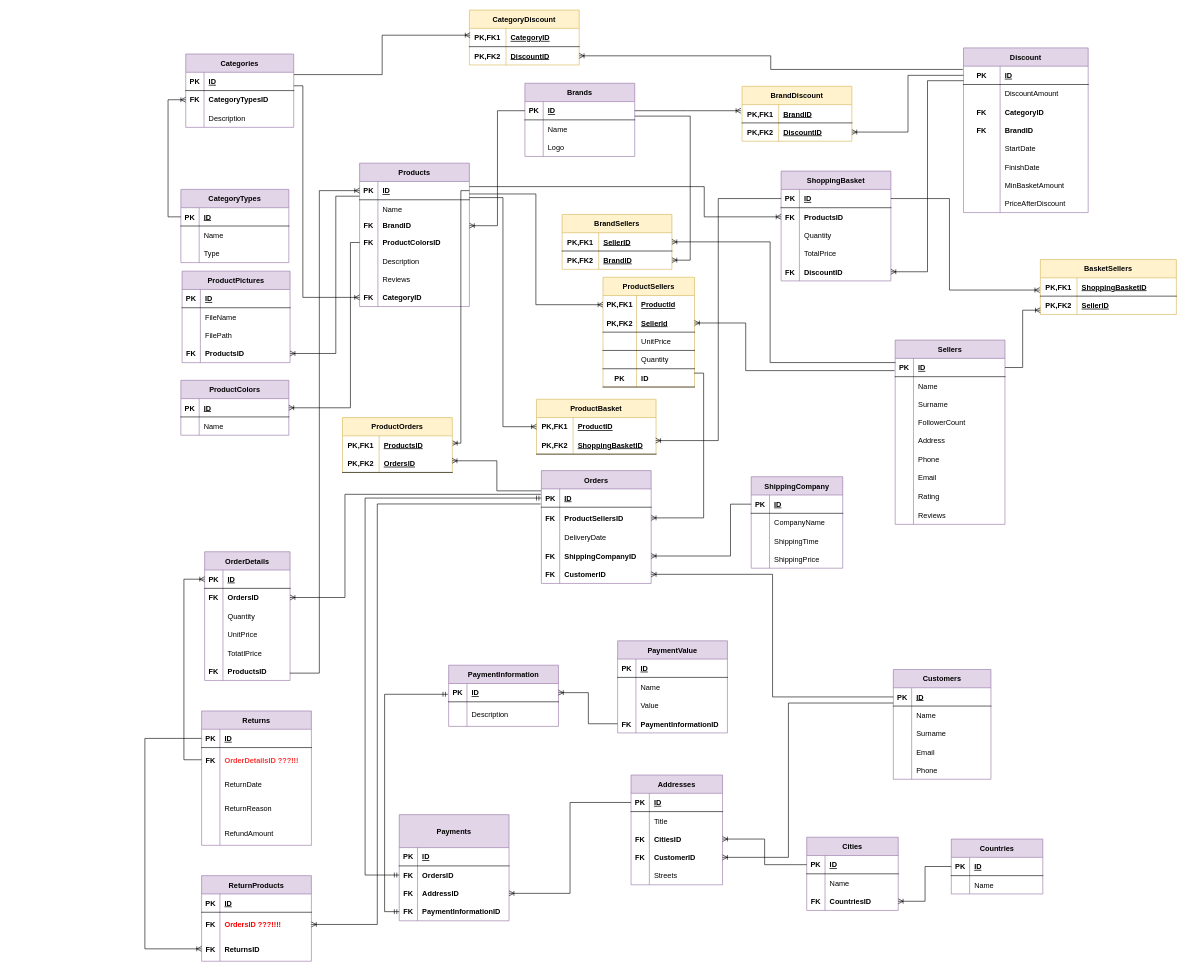
This is Son.drawio from HandeYetisen/Python, a draw.io file, before an edit. Source tidied: cells renumbered, new cells numbered last; positions are measured from the earlier drawing's top-left corner, leaving out a move shared by most shapes. Both pictures are drawn from the tidied source at 61%, with x=0, y=0 at pixel (145, 10).
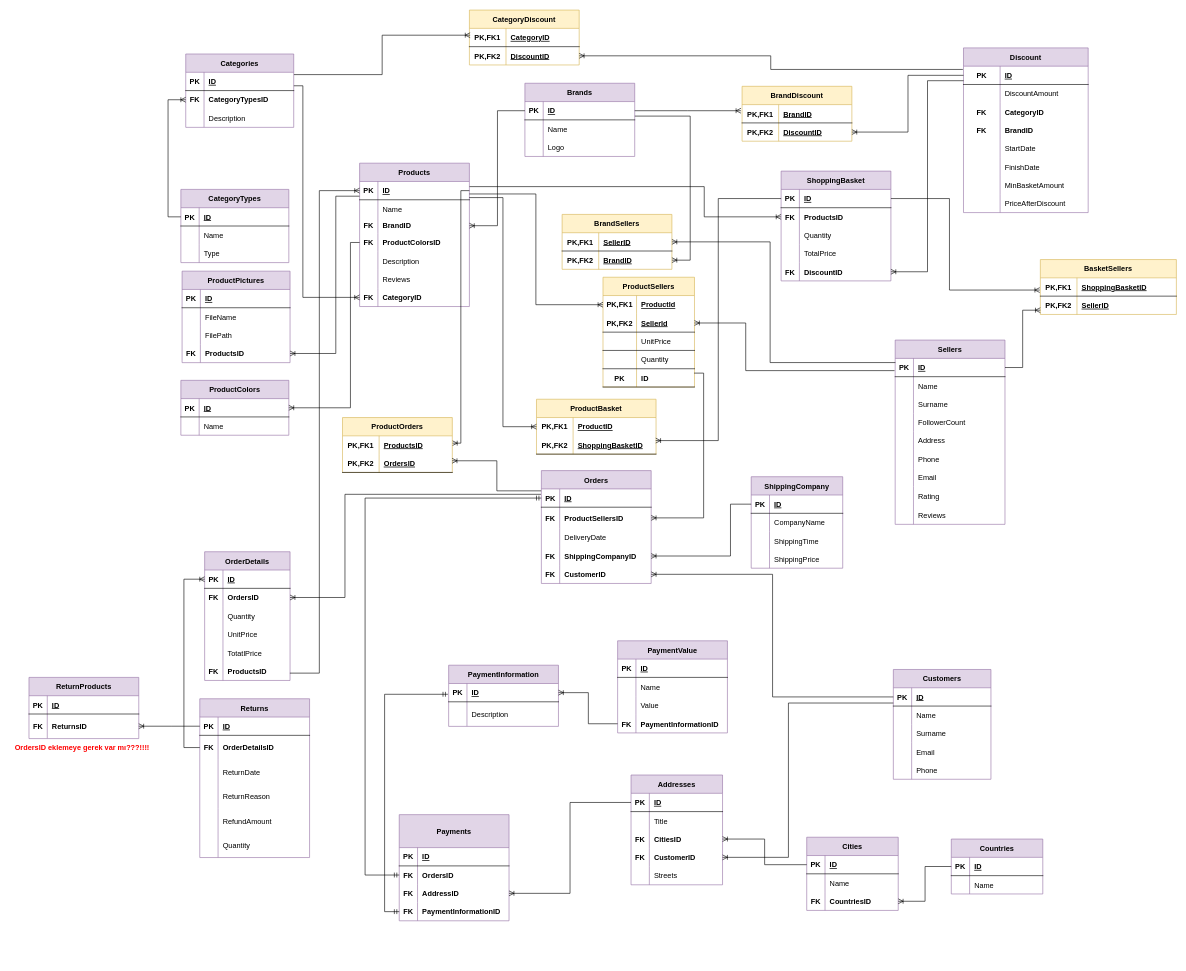
Above is the later version.

Unchanged cells that the change refers to:
```xml
<mxCell id="68" style="shape=tableRow;horizontal=0;startSize=0;swimlaneHead=0;swimlaneBody=0;fillColor=none;points=[[0,0.5],[1,0.5]];portConstraint=eastwest;top=0;left=0;right=0;bottom=1;" parent="67" vertex="1">
  <mxGeometry y="30" width="180" height="30" as="geometry" />
</mxCell>
<mxCell id="368" style="shape=tableRow;horizontal=0;startSize=0;swimlaneHead=0;swimlaneBody=0;fillColor=none;points=[[0,0.5],[1,0.5]];portConstraint=eastwest;top=0;left=0;right=0;bottom=1;" parent="367" vertex="1">
  <mxGeometry y="30" width="180" height="30" as="geometry" />
</mxCell>
<mxCell id="371" style="shape=tableRow;horizontal=0;startSize=0;swimlaneHead=0;swimlaneBody=0;fillColor=none;points=[[0,0.5],[1,0.5]];portConstraint=eastwest;top=0;left=0;right=0;bottom=0;" parent="367" vertex="1">
  <mxGeometry y="60" width="180" height="40" as="geometry" />
</mxCell>
```

What changed in the source:
```diff
@@
     <mxCell id="367" value="Returns" style="shape=table;startSize=30;childLayout=tableLayout;rowLines=0;fontStyle=1;align=center;fillColor=#e1d5e7;strokeColor=#9673a6;" parent="1" vertex="1">
-      <mxGeometry x="93" y="1149" width="180" height="220.3" as="geometry" />
+      <mxGeometry x="90" y="1129" width="180" height="260.3" as="geometry" />
     </mxCell>
@@
-    <mxCell id="373" value="OrderDetailsID ???!!!" style="shape=partialRectangle;fillColor=none;top=0;left=0;bottom=0;right=0;align=left;spacingLeft=6;overflow=hidden;fontStyle=1;fontColor=#FF3333;" parent="371" vertex="1">
+    <mxCell id="373" value="OrderDetailsID" style="shape=partialRectangle;fillColor=none;top=0;left=0;bottom=0;right=0;align=left;spacingLeft=6;overflow=hidden;fontStyle=1;fontColor=#000000;" parent="371" vertex="1">
       <mxGeometry x="30" width="150" height="40" as="geometry" />
     </mxCell>
@@
+    <mxCell id="396" style="shape=tableRow;horizontal=0;startSize=0;swimlaneHead=0;swimlaneBody=0;fillColor=none;top=0;left=0;right=0;bottom=0;" parent="367" vertex="1">
+      <mxGeometry y="220" width="180" height="40" as="geometry" />
+    </mxCell>
+    <mxCell id="397" style="shape=partialRectangle;fillColor=none;top=0;left=0;bottom=0;right=0;overflow=hidden;fontStyle=1;" parent="396" vertex="1">
+      <mxGeometry width="30" height="40" as="geometry" />
+    </mxCell>
+    <mxCell id="398" value="Quantity" style="shape=partialRectangle;fillColor=none;top=0;left=0;bottom=0;right=0;align=left;spacingLeft=6;overflow=hidden;fontStyle=0;" parent="396" vertex="1">
+      <mxGeometry x="30" width="150" height="40" as="geometry" />
+    </mxCell>
@@
     <mxCell id="384" value="ReturnProducts" style="shape=table;startSize=30;childLayout=tableLayout;rowLines=0;fontStyle=1;align=center;fillColor=#e1d5e7;strokeColor=#9673a6;" parent="1" vertex="1">
-      <mxGeometry x="93" y="1419" width="180" height="140.3" as="geometry" />
+      <mxGeometry x="-190" y="1094" width="180" height="100.3" as="geometry" />
     </mxCell>
@@
-    <mxCell id="388" style="shape=tableRow;horizontal=0;startSize=0;swimlaneHead=0;swimlaneBody=0;fillColor=none;points=[[0,0.5],[1,0.5]];portConstraint=eastwest;top=0;left=0;right=0;bottom=0;" parent="384" vertex="1">
-      <mxGeometry y="60" width="180" height="40" as="geometry" />
-    </mxCell>
-    <mxCell id="389" value="FK" style="shape=partialRectangle;fillColor=none;top=0;left=0;bottom=0;right=0;overflow=hidden;fontStyle=1;" parent="388" vertex="1">
-      <mxGeometry width="30" height="40" as="geometry" />
-    </mxCell>
-    <mxCell id="390" value="OrdersID ???!!!!" style="shape=partialRectangle;fillColor=none;top=0;left=0;bottom=0;right=0;align=left;spacingLeft=6;overflow=hidden;fontStyle=1;fontColor=#FF0000;" parent="388" vertex="1">
-      <mxGeometry x="30" width="150" height="40" as="geometry" />
-    </mxCell>
     <mxCell id="391" style="shape=tableRow;horizontal=0;startSize=0;swimlaneHead=0;swimlaneBody=0;fillColor=none;points=[[0,0.5],[1,0.5]];portConstraint=eastwest;top=0;left=0;right=0;bottom=0;" parent="384" vertex="1">
-      <mxGeometry y="100" width="180" height="40" as="geometry" />
+      <mxGeometry y="60" width="180" height="40" as="geometry" />
     </mxCell>
@@
-    <mxCell id="394" style="edgeStyle=elbowEdgeStyle;fontSize=12;html=1;endArrow=ERoneToMany;rounded=0;exitX=-0.007;exitY=0.822;exitDx=0;exitDy=0;exitPerimeter=0;entryX=1;entryY=0.5;entryDx=0;entryDy=0;" parent="1" edge="1" source="68" target="388">
-      <mxGeometry relative="1" as="geometry">
-        <Array as="points">
-          <mxPoint x="381" y="1158" />
-        </Array>
-      </mxGeometry>
-    </mxCell>
-    <mxCell id="395" style="edgeStyle=elbowEdgeStyle;fontSize=12;html=1;endArrow=ERoneToMany;rounded=0;exitX=0;exitY=0.5;exitDx=0;exitDy=0;entryX=0;entryY=0.5;entryDx=0;entryDy=0;" parent="1" edge="1" source="368" target="391">
+    <mxCell id="395" style="edgeStyle=elbowEdgeStyle;fontSize=12;html=1;endArrow=ERoneToMany;rounded=0;exitX=0;exitY=0.5;exitDx=0;exitDy=0;entryX=1;entryY=0.5;entryDx=0;entryDy=0;" parent="1" edge="1" source="368" target="391">
       <mxGeometry relative="1" as="geometry">
         <Array as="points">
-          <mxPoint y="1347" />
+          <mxPoint x="43" y="1181" />
         </Array>
       </mxGeometry>
     </mxCell>
+    <mxCell id="399" value="OrdersID eklemeye gerek var mı???!!!! " style="shape=partialRectangle;fillColor=none;top=0;left=0;bottom=0;right=0;align=left;spacingLeft=6;overflow=hidden;fontStyle=1;fontColor=#FF0000;" parent="1" vertex="1">
+      <mxGeometry x="-221" y="1189" width="242" height="40" as="geometry" />
+    </mxCell>
```
